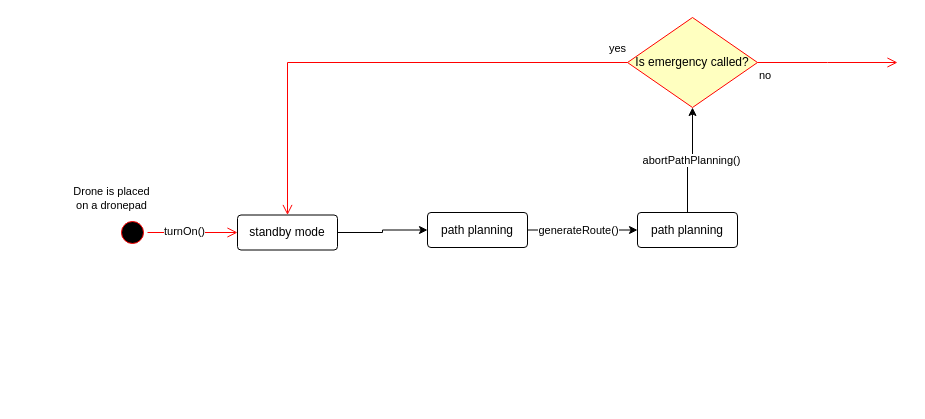
Earlier version of the draw.io diagram Assignment-6-Part-2a.drawio (bekzod-amonov/Software-Engineering). Source tidied: cells renumbered, new cells numbered last; positions are measured from the earlier drawing's top-left corner, leaving out a move shared by most shapes. Both pictures are drawn from the tidied source at 100%, with x=0, y=0 at pixel (117, 17).
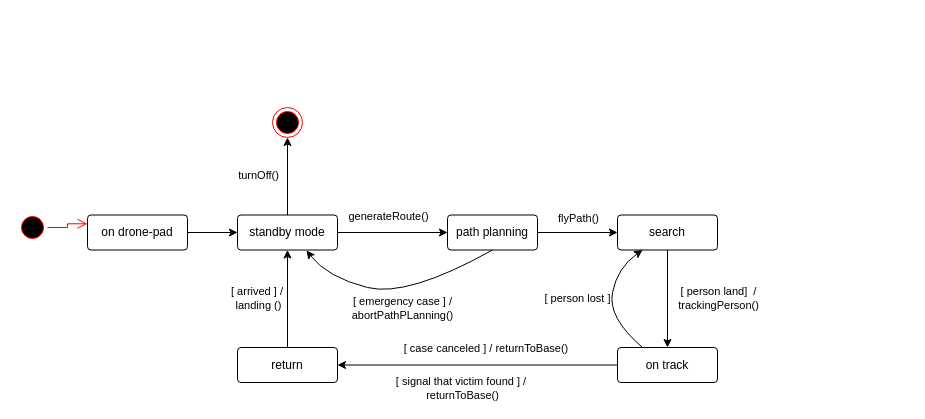
The same page after the edit.

Unchanged cells that the change refers to:
```xml
<mxCell id="7" value="standby mode" style="rounded=1;arcSize=10;whiteSpace=wrap;html=1;align=center;" parent="1" vertex="1">
  <mxGeometry x="120" y="197.5" width="100" height="35" as="geometry" />
</mxCell>
```

The edit, as a diff of the source:
```diff
@@
-    <mxCell id="2" style="ellipse;html=1;shape=startState;fillColor=#000000;strokeColor=#ff0000;" parent="1" vertex="1">
-      <mxGeometry y="200" width="30" height="30" as="geometry" />
-    </mxCell>
-    <mxCell id="3" style="edgeStyle=orthogonalEdgeStyle;html=1;verticalAlign=bottom;endArrow=open;endSize=8;strokeColor=#ff0000;rounded=0;entryX=0;entryY=0.5;entryDx=0;entryDy=0;" parent="1" edge="1" source="2" target="7">
-      <mxGeometry relative="1" as="geometry">
-        <Array as="points">
-          <mxPoint x="120" y="215" />
-          <mxPoint x="120" y="215" />
-        </Array>
-      </mxGeometry>
-    </mxCell>
-    <mxCell id="4" value="Drone is placed &lt;br&gt;on a dronepad" style="edgeLabel;html=1;align=center;verticalAlign=middle;" parent="3" vertex="1">
-      <mxGeometry x="-0.64" relative="1" as="geometry">
-        <mxPoint x="-53" y="-35" as="offset" />
-      </mxGeometry>
-    </mxCell>
-    <mxCell id="5" value="turnOn()" style="edgeLabel;html=1;align=center;verticalAlign=middle;" parent="3" vertex="1">
-      <mxGeometry x="-0.2" y="2" relative="1" as="geometry" />
-    </mxCell>
-    <mxCell id="6" style="edgeStyle=orthogonalEdgeStyle;rounded=0;jettySize=auto;html=1;entryX=0;entryY=0.5;entryDx=0;entryDy=0;" parent="1" edge="1" source="7" target="10">
-      <mxGeometry relative="1" as="geometry" />
-    </mxCell>
+    <mxCell id="17" style="edgeStyle=orthogonalEdgeStyle;rounded=0;jettySize=auto;html=1;entryX=0.5;entryY=1;entryDx=0;entryDy=0;" parent="1" edge="1" source="7" target="21">
+      <mxGeometry relative="1" as="geometry" />
+    </mxCell>
+    <mxCell id="18" value="turnOff()" style="edgeLabel;html=1;align=center;verticalAlign=middle;" parent="17" vertex="1">
+      <mxGeometry x="0.05" y="2" relative="1" as="geometry">
+        <mxPoint x="-28" y="1" as="offset" />
+      </mxGeometry>
+    </mxCell>
@@
-    <mxCell id="8" style="edgeStyle=orthogonalEdgeStyle;rounded=0;jettySize=auto;html=1;" parent="1" edge="1" source="10" target="13">
+    <mxCell id="8" style="edgeStyle=orthogonalEdgeStyle;rounded=0;jettySize=auto;html=1;exitX=1;exitY=0.5;exitDx=0;exitDy=0;" parent="1" edge="1" source="7" target="13">
       <mxGeometry relative="1" as="geometry" />
     </mxCell>
     <mxCell id="9" value="generateRoute()" style="edgeLabel;html=1;align=center;verticalAlign=middle;" parent="8" vertex="1">
       <mxGeometry x="-0.29" y="3" relative="1" as="geometry">
-        <mxPoint x="11" y="3" as="offset" />
+        <mxPoint x="11" y="-14" as="offset" />
       </mxGeometry>
     </mxCell>
-    <mxCell id="10" value="path planning" style="rounded=1;arcSize=10;whiteSpace=wrap;html=1;align=center;" parent="1" vertex="1">
-      <mxGeometry x="310" y="195" width="100" height="35" as="geometry" />
-    </mxCell>
-    <mxCell id="11" style="edgeStyle=orthogonalEdgeStyle;rounded=0;jettySize=auto;html=1;entryX=0.5;entryY=1;entryDx=0;entryDy=0;" parent="1" edge="1" source="13" target="14">
-      <mxGeometry relative="1" as="geometry" />
-    </mxCell>
-    <mxCell id="12" value="abortPathPlanning()" style="edgeLabel;html=1;align=center;verticalAlign=middle;" parent="11" vertex="1">
-      <mxGeometry x="0.06" y="2" relative="1" as="geometry" />
-    </mxCell>
+    <mxCell id="19" style="edgeStyle=orthogonalEdgeStyle;rounded=0;jettySize=auto;html=1;" parent="1" edge="1" source="13" target="28">
+      <mxGeometry relative="1" as="geometry" />
+    </mxCell>
+    <mxCell id="20" value="flyPath()" style="edgeLabel;html=1;align=center;verticalAlign=middle;" parent="19" vertex="1">
+      <mxGeometry x="-0.42" y="-1" relative="1" as="geometry">
+        <mxPoint x="17" y="-16" as="offset" />
+      </mxGeometry>
+    </mxCell>
     <mxCell id="13" value="path planning" style="rounded=1;arcSize=10;whiteSpace=wrap;html=1;align=center;" parent="1" vertex="1">
-      <mxGeometry x="520" y="195" width="100" height="35" as="geometry" />
+      <mxGeometry x="330" y="197.5" width="90" height="35" as="geometry" />
     </mxCell>
-    <mxCell id="14" value="Is emergency called?" style="rhombus;whiteSpace=wrap;html=1;fontColor=#000000;fillColor=#ffffc0;strokeColor=#ff0000;" parent="1" vertex="1">
-      <mxGeometry x="510" width="130" height="90" as="geometry" />
-    </mxCell>
-    <mxCell id="15" value="yes" style="edgeStyle=orthogonalEdgeStyle;html=1;align=left;verticalAlign=bottom;endArrow=open;endSize=8;strokeColor=#ff0000;rounded=0;" parent="1" edge="1" source="14" target="7">
-      <mxGeometry x="-0.92" y="-5" relative="1" as="geometry" />
-    </mxCell>
-    <mxCell id="16" value="no" style="edgeStyle=orthogonalEdgeStyle;html=1;align=left;verticalAlign=top;endArrow=open;endSize=8;strokeColor=#ff0000;rounded=0;" parent="1" edge="1" source="14">
-      <mxGeometry x="-1" relative="1" as="geometry">
-        <mxPoint x="780" y="45" as="targetPoint" />
-      </mxGeometry>
-    </mxCell>
+    <mxCell id="21" style="ellipse;html=1;shape=endState;fillColor=#000000;strokeColor=#ff0000;" parent="1" vertex="1">
+      <mxGeometry x="155" y="90" width="30" height="30" as="geometry" />
+    </mxCell>
+    <mxCell id="22" style="edgeStyle=orthogonalEdgeStyle;rounded=0;jettySize=auto;html=1;" parent="1" edge="1" source="23" target="7">
+      <mxGeometry relative="1" as="geometry" />
+    </mxCell>
+    <mxCell id="23" value="on drone-pad" style="rounded=1;arcSize=10;whiteSpace=wrap;html=1;align=center;" parent="1" vertex="1">
+      <mxGeometry x="-30" y="197.5" width="100" height="35" as="geometry" />
+    </mxCell>
+    <mxCell id="24" style="ellipse;html=1;shape=startState;fillColor=#000000;strokeColor=#ff0000;" parent="1" vertex="1">
+      <mxGeometry x="-100" y="195" width="30" height="30" as="geometry" />
+    </mxCell>
+    <mxCell id="25" style="edgeStyle=orthogonalEdgeStyle;html=1;verticalAlign=bottom;endArrow=open;endSize=8;strokeColor=#ff0000;rounded=0;entryX=0;entryY=0.25;entryDx=0;entryDy=0;" parent="1" edge="1" source="24" target="23">
+      <mxGeometry relative="1" as="geometry" />
+    </mxCell>
+    <mxCell id="26" style="edgeStyle=orthogonalEdgeStyle;rounded=0;jettySize=auto;html=1;entryX=0.5;entryY=0;entryDx=0;entryDy=0;" parent="1" edge="1" source="28" target="32">
+      <mxGeometry relative="1" as="geometry" />
+    </mxCell>
+    <mxCell id="27" value="[ person land]&amp;nbsp; /&lt;br&gt;trackingPerson()" style="edgeLabel;html=1;align=center;verticalAlign=middle;" parent="26" vertex="1">
+      <mxGeometry x="-0.31" y="2" relative="1" as="geometry">
+        <mxPoint x="48" y="14" as="offset" />
+      </mxGeometry>
+    </mxCell>
+    <mxCell id="28" value="search" style="rounded=1;arcSize=10;whiteSpace=wrap;html=1;align=center;" parent="1" vertex="1">
+      <mxGeometry x="500" y="197.5" width="100" height="35" as="geometry" />
+    </mxCell>
+    <mxCell id="29" style="edgeStyle=orthogonalEdgeStyle;rounded=0;jettySize=auto;html=1;" parent="1" edge="1" source="32" target="37">
+      <mxGeometry relative="1" as="geometry" />
+    </mxCell>
+    <mxCell id="30" value="[ case canceled ] / returnToBase()&amp;nbsp;" style="edgeLabel;html=1;align=center;verticalAlign=middle;" parent="29" vertex="1">
+      <mxGeometry x="0.55" y="1" relative="1" as="geometry">
+        <mxPoint x="86" y="-18" as="offset" />
+      </mxGeometry>
+    </mxCell>
+    <mxCell id="31" value="[ signal that victim found ] /&amp;nbsp;&lt;br&gt;returnToBase()" style="edgeLabel;html=1;align=center;verticalAlign=middle;" parent="29" vertex="1">
+      <mxGeometry x="-0.01" y="1" relative="1" as="geometry">
+        <mxPoint x="-17" y="22" as="offset" />
+      </mxGeometry>
+    </mxCell>
+    <mxCell id="32" value="on track" style="rounded=1;arcSize=10;whiteSpace=wrap;html=1;align=center;" parent="1" vertex="1">
+      <mxGeometry x="500" y="330" width="100" height="35" as="geometry" />
+    </mxCell>
+    <mxCell id="33" style="curved=1;endArrow=classic;html=1;rounded=0;entryX=0.25;entryY=1;entryDx=0;entryDy=0;exitX=0.25;exitY=0;exitDx=0;exitDy=0;" parent="1" edge="1" source="32" target="28">
+      <mxGeometry relative="1" as="geometry">
+        <Array as="points">
+          <mxPoint x="490" y="300" />
+          <mxPoint x="500" y="250" />
+        </Array>
+      </mxGeometry>
+    </mxCell>
+    <mxCell id="34" value="[ person lost ]" style="edgeLabel;html=1;align=center;verticalAlign=middle;" parent="33" vertex="1">
+      <mxGeometry x="0.12" y="1" relative="1" as="geometry">
+        <mxPoint x="-34" y="5" as="offset" />
+      </mxGeometry>
+    </mxCell>
+    <mxCell id="35" style="edgeStyle=orthogonalEdgeStyle;rounded=0;jettySize=auto;html=1;" parent="1" edge="1" source="37" target="7">
+      <mxGeometry relative="1" as="geometry" />
+    </mxCell>
+    <mxCell id="36" value="[ arrived ] /&amp;nbsp;&lt;br&gt;landing ()" style="edgeLabel;html=1;align=center;verticalAlign=middle;" parent="35" vertex="1">
+      <mxGeometry x="0.09" y="-2" relative="1" as="geometry">
+        <mxPoint x="-32" y="3" as="offset" />
+      </mxGeometry>
+    </mxCell>
+    <mxCell id="37" value="return" style="rounded=1;arcSize=10;whiteSpace=wrap;html=1;align=center;" parent="1" vertex="1">
+      <mxGeometry x="120" y="330" width="100" height="35" as="geometry" />
+    </mxCell>
+    <mxCell id="38" style="curved=1;endArrow=classic;html=1;rounded=0;exitX=0.5;exitY=1;exitDx=0;exitDy=0;entryX=0.69;entryY=1.014;entryDx=0;entryDy=0;entryPerimeter=0;" parent="1" edge="1" source="13" target="7">
+      <mxGeometry relative="1" as="geometry">
+        <Array as="points">
+          <mxPoint x="290" y="280" />
+          <mxPoint x="210" y="260" />
+        </Array>
+      </mxGeometry>
+    </mxCell>
+    <mxCell id="39" value="[ emergency case ] /&lt;br&gt;abortPathPLanning()" style="edgeLabel;html=1;align=center;verticalAlign=middle;" parent="38" vertex="1">
+      <mxGeometry x="0.14" y="-1" relative="1" as="geometry">
+        <mxPoint x="18" y="17" as="offset" />
+      </mxGeometry>
+    </mxCell>
```
